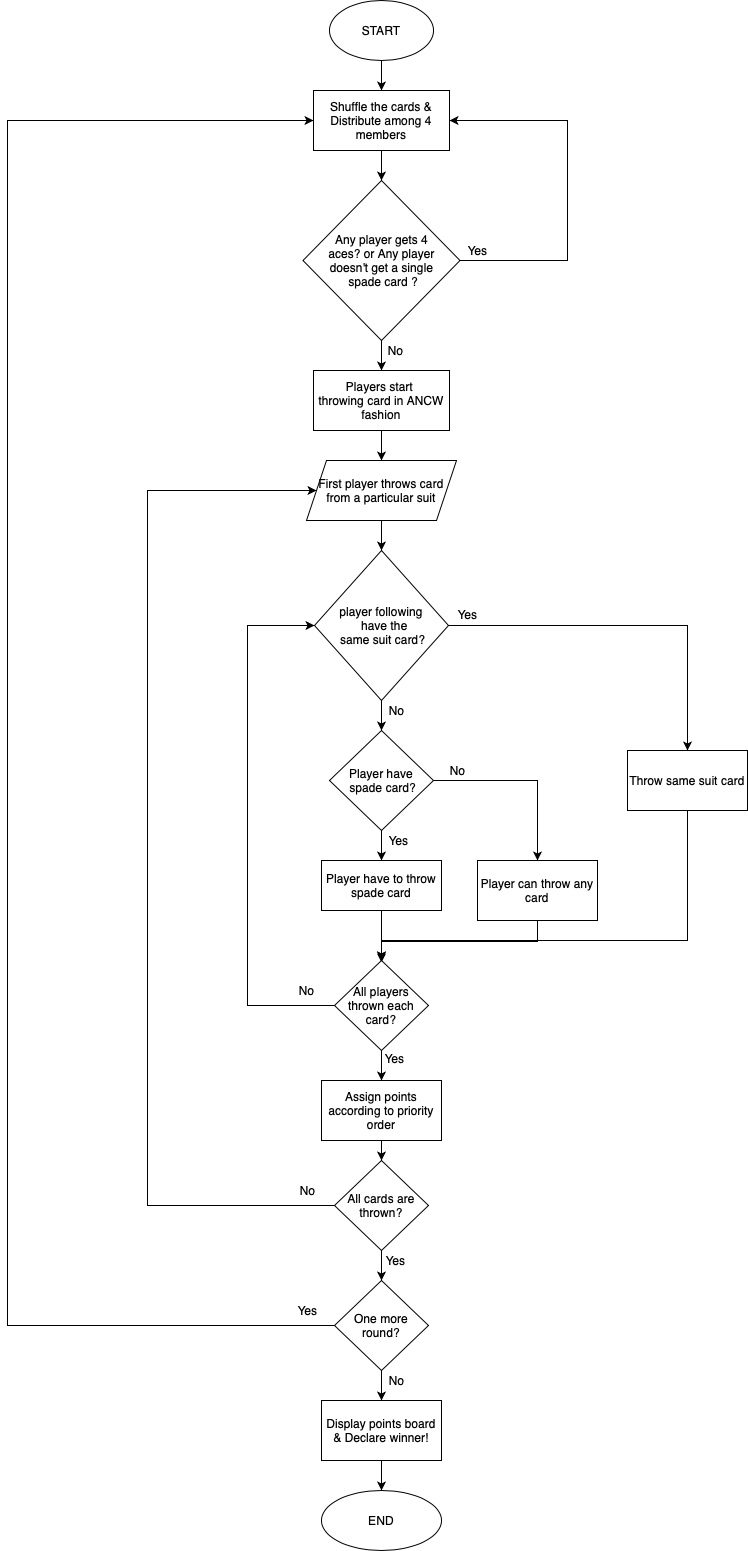
This is call-break-flowchart.png from kshubhamz/Flow-Chart, a draw.io export, as it was before one commit. Source tidied: cells renumbered, new cells last; positions are measured from the earlier drawing's top-left corner, leaving out a move shared by most shapes.
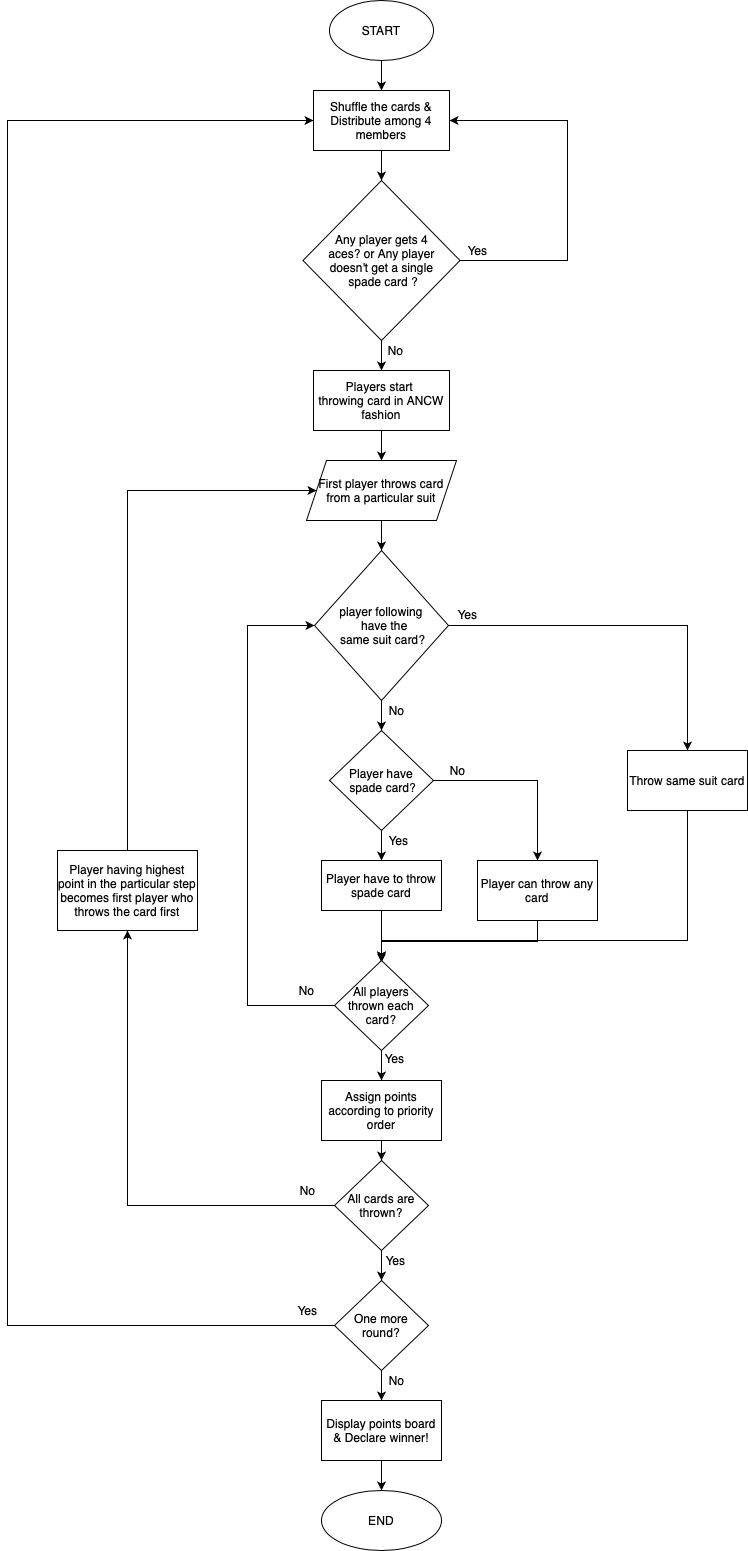
Above is the later version.

Change to the diagram source:
```diff
@@ -75,14 +75,9 @@
     <mxCell id="23" style="edgeStyle=orthogonalEdgeStyle;rounded=0;jettySize=auto;html=1;" parent="1" edge="1" source="25" target="33">
       <mxGeometry relative="1" as="geometry" />
     </mxCell>
-    <mxCell id="24" style="edgeStyle=orthogonalEdgeStyle;rounded=0;jettySize=auto;html=1;exitX=0;exitY=0.5;exitDx=0;exitDy=0;" parent="1" edge="1" source="25" target="12">
-      <mxGeometry relative="1" as="geometry">
-        <Array as="points">
-          <mxPoint x="140" y="1205" />
-          <mxPoint x="140" y="490" />
-        </Array>
-      </mxGeometry>
-    </mxCell>
+    <mxCell id="51" style="edgeStyle=orthogonalEdgeStyle;rounded=0;jettySize=auto;html=1;exitX=0;exitY=0.5;exitDx=0;exitDy=0;" parent="1" edge="1" source="25" target="53">
+      <mxGeometry relative="1" as="geometry" />
+    </mxCell>
     <mxCell id="25" value="All cards are thrown?" style="rhombus;whiteSpace=wrap;html=1;" parent="1" vertex="1">
       <mxGeometry x="327" y="1160" width="94" height="90" as="geometry" />
     </mxCell>
@@ -176,5 +171,15 @@
     <mxCell id="50" value="Yes" style="text;html=1;align=center;verticalAlign=middle;" parent="1" vertex="1">
       <mxGeometry x="450" y="240" width="40" height="20" as="geometry" />
     </mxCell>
+    <mxCell id="52" style="edgeStyle=orthogonalEdgeStyle;rounded=0;jettySize=auto;html=1;exitX=0.5;exitY=0;exitDx=0;exitDy=0;" parent="1" edge="1" source="53" target="12">
+      <mxGeometry relative="1" as="geometry">
+        <Array as="points">
+          <mxPoint x="120" y="490" />
+        </Array>
+      </mxGeometry>
+    </mxCell>
+    <mxCell id="53" value="Player having highest point in the particular step becomes first player who throws the card first" style="rounded=0;whiteSpace=wrap;html=1;" parent="1" vertex="1">
+      <mxGeometry x="50" y="850" width="140" height="80" as="geometry" />
+    </mxCell>
   </root>
 </mxGraphModel>
```
